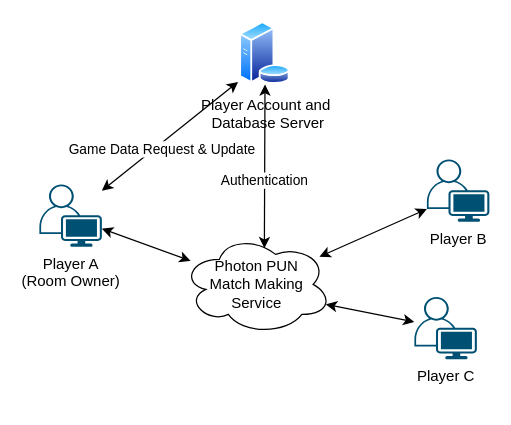
Earlier version of the draw.io diagram Assets/MPServer.drawio (TomTheFurry/Hong-Kong-three-six-tee). Source tidied: cells renumbered, new cells numbered last; positions are measured from the earlier drawing's top-left corner, leaving out a move shared by most shapes. Both pictures are drawn from the tidied source at 125%, with x=0, y=0 at pixel (39, 21).
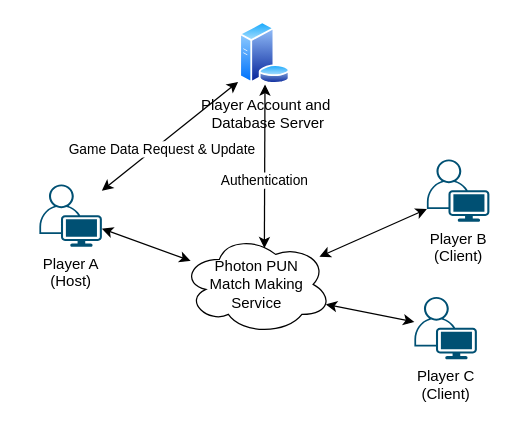
Above is the later version.

What changed in the source:
```diff
@@
 <mxGraphModel>
   <root>
     <mxCell id="0" />
     <mxCell id="1" parent="0" />
     <mxCell id="2" value="Photon PUN&lt;br&gt;Match Making&lt;br&gt;Service" style="ellipse;shape=cloud;whiteSpace=wrap;html=1;" parent="1" vertex="1">
       <mxGeometry x="114" y="170" width="120" height="80" as="geometry" />
     </mxCell>
-    <mxCell id="3" value="Player B" style="points=[[0.35,0,0],[0.98,0.51,0],[1,0.71,0],[0.67,1,0],[0,0.795,0],[0,0.65,0]];verticalLabelPosition=bottom;sketch=0;html=1;verticalAlign=top;align=center;shape=mxgraph.cisco19.user;fillColor=#005073;strokeColor=none;" parent="1" vertex="1">
+    <mxCell id="3" value="Player B&lt;br&gt;(Client)" style="points=[[0.35,0,0],[0.98,0.51,0],[1,0.71,0],[0.67,1,0],[0,0.795,0],[0,0.65,0]];verticalLabelPosition=bottom;sketch=0;html=1;verticalAlign=top;align=center;shape=mxgraph.cisco19.user;fillColor=#005073;strokeColor=none;" parent="1" vertex="1">
       <mxGeometry x="310" y="110" width="50" height="50" as="geometry" />
     </mxCell>
-    <mxCell id="4" value="Player A&lt;br&gt;(Room Owner)" style="points=[[0.35,0,0],[0.98,0.51,0],[1,0.71,0],[0.67,1,0],[0,0.795,0],[0,0.65,0]];verticalLabelPosition=bottom;sketch=0;html=1;verticalAlign=top;align=center;shape=mxgraph.cisco19.user;fillColor=#005073;strokeColor=none;" parent="1" vertex="1">
+    <mxCell id="4" value="Player A&lt;br&gt;(Host)" style="points=[[0.35,0,0],[0.98,0.51,0],[1,0.71,0],[0.67,1,0],[0,0.795,0],[0,0.65,0]];verticalLabelPosition=bottom;sketch=0;html=1;verticalAlign=top;align=center;shape=mxgraph.cisco19.user;fillColor=#005073;strokeColor=none;" parent="1" vertex="1">
       <mxGeometry y="130" width="50" height="50" as="geometry" />
     </mxCell>
-    <mxCell id="5" value="Player C" style="points=[[0.35,0,0],[0.98,0.51,0],[1,0.71,0],[0.67,1,0],[0,0.795,0],[0,0.65,0]];verticalLabelPosition=bottom;sketch=0;html=1;verticalAlign=top;align=center;shape=mxgraph.cisco19.user;fillColor=#005073;strokeColor=none;" parent="1" vertex="1">
+    <mxCell id="5" value="Player C&lt;br&gt;(Client)" style="points=[[0.35,0,0],[0.98,0.51,0],[1,0.71,0],[0.67,1,0],[0,0.795,0],[0,0.65,0]];verticalLabelPosition=bottom;sketch=0;html=1;verticalAlign=top;align=center;shape=mxgraph.cisco19.user;fillColor=#005073;strokeColor=none;" parent="1" vertex="1">
       <mxGeometry x="300" y="220" width="50" height="50" as="geometry" />
     </mxCell>
     <mxCell id="6" value="Player Account and&lt;br&gt;&amp;nbsp;Database Server" style="perimeter=ellipsePerimeter;html=1;align=center;shadow=0;dashed=0;spacingTop=3;image;image=img/lib/active_directory/database_server.svg;" parent="1" vertex="1">
       <mxGeometry x="160" width="41" height="50" as="geometry" />
     </mxCell>
     <mxCell id="7" style="endArrow=classic;startArrow=classic;html=1;rounded=0;exitX=1;exitY=0.71;exitDx=0;exitDy=0;exitPerimeter=0;" parent="1" edge="1" source="4" target="2">
       <mxGeometry relative="1" as="geometry" />
     </mxCell>
     <mxCell id="8" style="endArrow=classic;startArrow=classic;html=1;rounded=0;exitX=0;exitY=0.795;exitDx=0;exitDy=0;exitPerimeter=0;" parent="1" edge="1" source="3" target="2">
       <mxGeometry relative="1" as="geometry" />
     </mxCell>
     <mxCell id="9" style="endArrow=classic;startArrow=classic;html=1;rounded=0;entryX=0.96;entryY=0.7;entryDx=0;entryDy=0;entryPerimeter=0;" parent="1" edge="1" source="5" target="2">
       <mxGeometry relative="1" as="geometry" />
     </mxCell>
     <mxCell id="10" style="endArrow=classic;startArrow=classic;html=1;rounded=0;exitX=0.55;exitY=0.138;exitDx=0;exitDy=0;exitPerimeter=0;" parent="1" edge="1" source="2" target="6">
       <mxGeometry relative="1" as="geometry" />
     </mxCell>
     <mxCell id="11" value="Authentication" style="edgeLabel;html=1;align=center;verticalAlign=middle;" parent="10" vertex="1">
       <mxGeometry x="-0.16" y="2" relative="1" as="geometry">
         <mxPoint x="1" as="offset" />
       </mxGeometry>
     </mxCell>
     <mxCell id="12" style="endArrow=classic;startArrow=classic;html=1;rounded=0;entryX=-0.024;entryY=0.96;entryDx=0;entryDy=0;entryPerimeter=0;" parent="1" edge="1" source="4" target="6">
       <mxGeometry relative="1" as="geometry" />
     </mxCell>
     <mxCell id="13" value="Game Data Request &amp;amp; Update" style="edgeLabel;html=1;align=center;verticalAlign=middle;" parent="12" vertex="1">
       <mxGeometry x="-0.16" y="-4" relative="1" as="geometry">
         <mxPoint x="-1" as="offset" />
       </mxGeometry>
     </mxCell>
   </root>
 </mxGraphModel>
```
